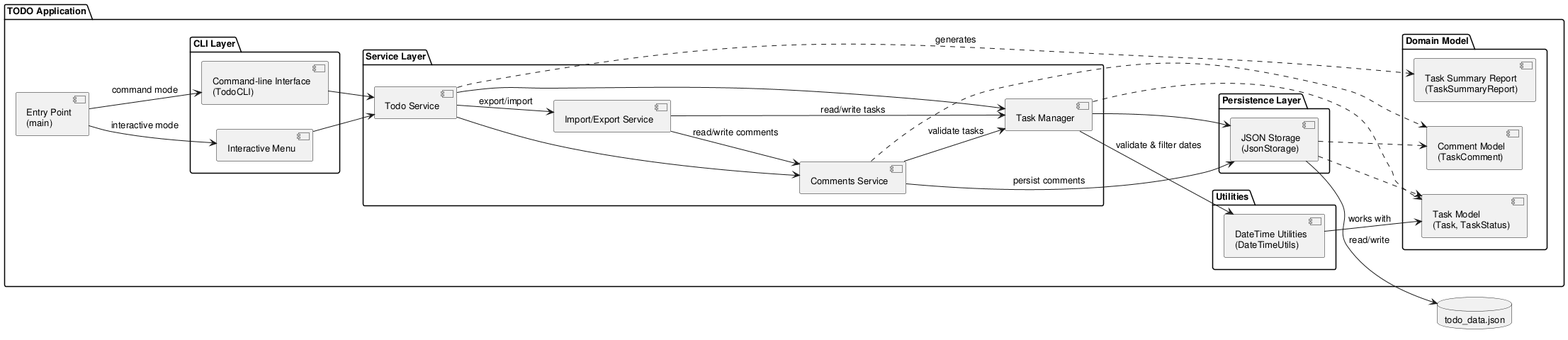
Earlier version of the PlantUML export experiments/supervisor_as_tools/user_stories/TODO/artifacts/component_diagram.png (DanielRiha8906/Software_autoevolution_using_agents).
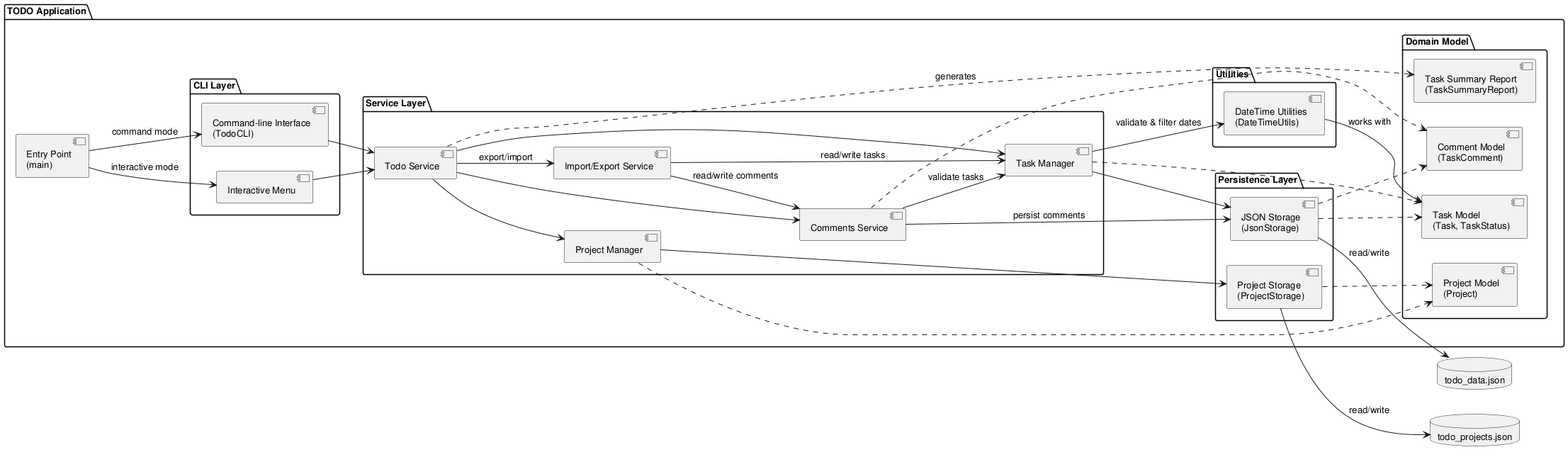
After the commit.

What changed in the source:
```diff
@@ -17,11 +17,13 @@
     package "Service Layer" {
         component "Todo Service" as SVC
         component "Task Manager" as MGR
+        component "Project Manager" as PMGR
         component "Comments Service" as CMT
         component "Import/Export Service" as IMPEXP
     }
 
     package "Domain Model" {
+        component "Project Model\n(Project)" as ProjectModel
         component "Task Model\n(Task, TaskStatus)" as Model
         component "Comment Model\n(TaskComment)" as CommentModel
         component "Task Summary Report\n(TaskSummaryReport)" as SummaryModel
@@ -33,10 +35,12 @@
 
     package "Persistence Layer" {
         component "JSON Storage\n(JsonStorage)" as Storage
+        component "Project Storage\n(ProjectStorage)" as ProjectStore
     }
 }
 
 database "todo_data.json" as DB
+database "todo_projects.json" as ProjectDB
 
 Main --> IM : interactive mode
 Main --> CLI : command mode
@@ -45,6 +49,7 @@
 CLI --> SVC
 
 SVC --> MGR
+SVC --> PMGR
 SVC --> CMT
 SVC --> IMPEXP : export/import
 SVC ..> SummaryModel : generates
@@ -55,14 +60,19 @@
 MGR --> Storage
 MGR --> DTUtils : validate & filter dates
 MGR ..> Model
+PMGR --> ProjectStore
+PMGR ..> ProjectModel
+
 CMT --> Storage : persist comments
 CMT --> MGR : validate tasks
 CMT ..> CommentModel
 
 Storage ..> Model
 Storage ..> CommentModel
+ProjectStore ..> ProjectModel
 DTUtils --> Model : works with
 
 Storage --> DB : read/write
+ProjectStore --> ProjectDB : read/write
 
 @enduml
```
